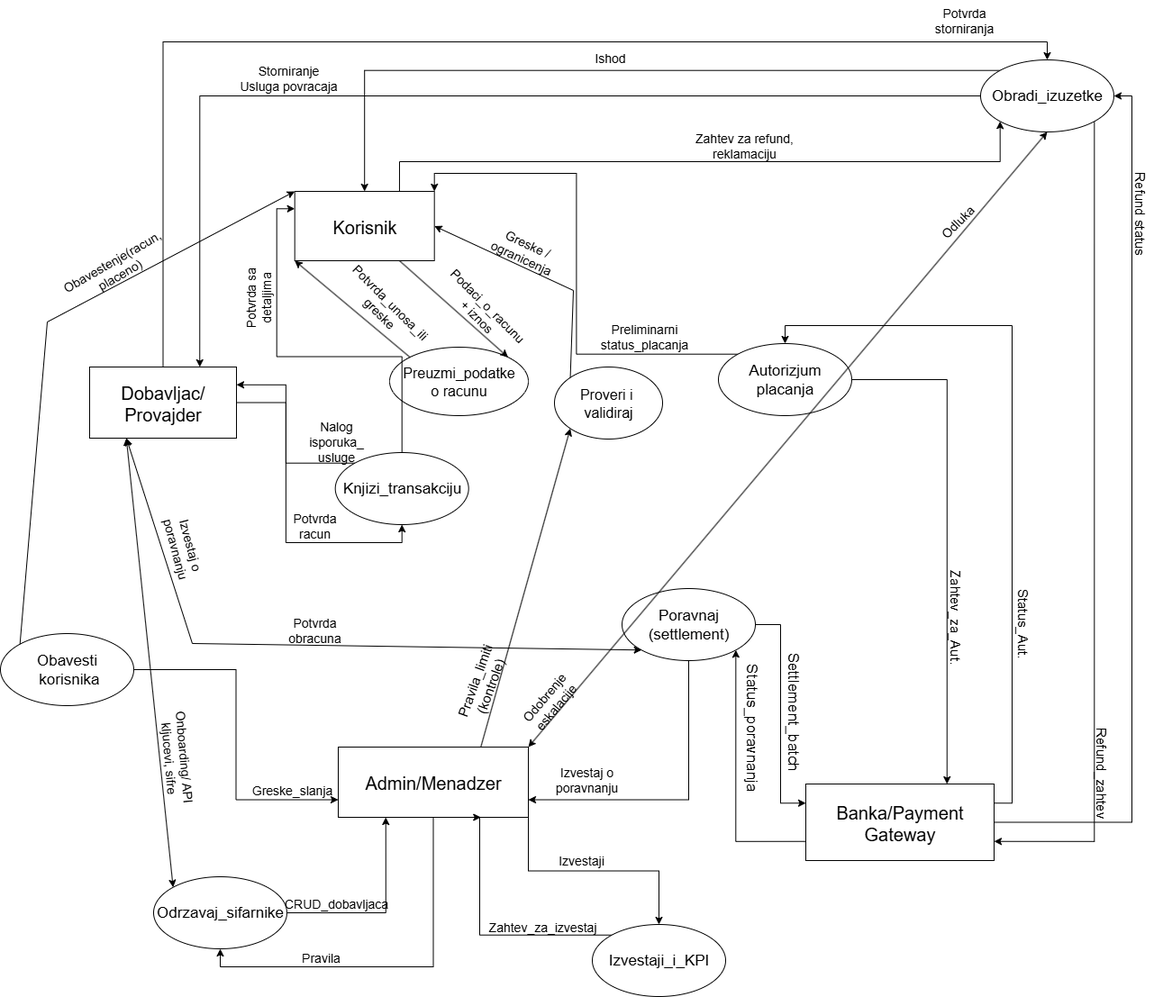
This is SSA 2. nivo.drawio.png from Boogie66/Transfera_PPP, a draw.io export, as it was before one commit. Source tidied: cells renumbered, new cells last; positions are measured from the earlier drawing's top-left corner, leaving out a move shared by most shapes.
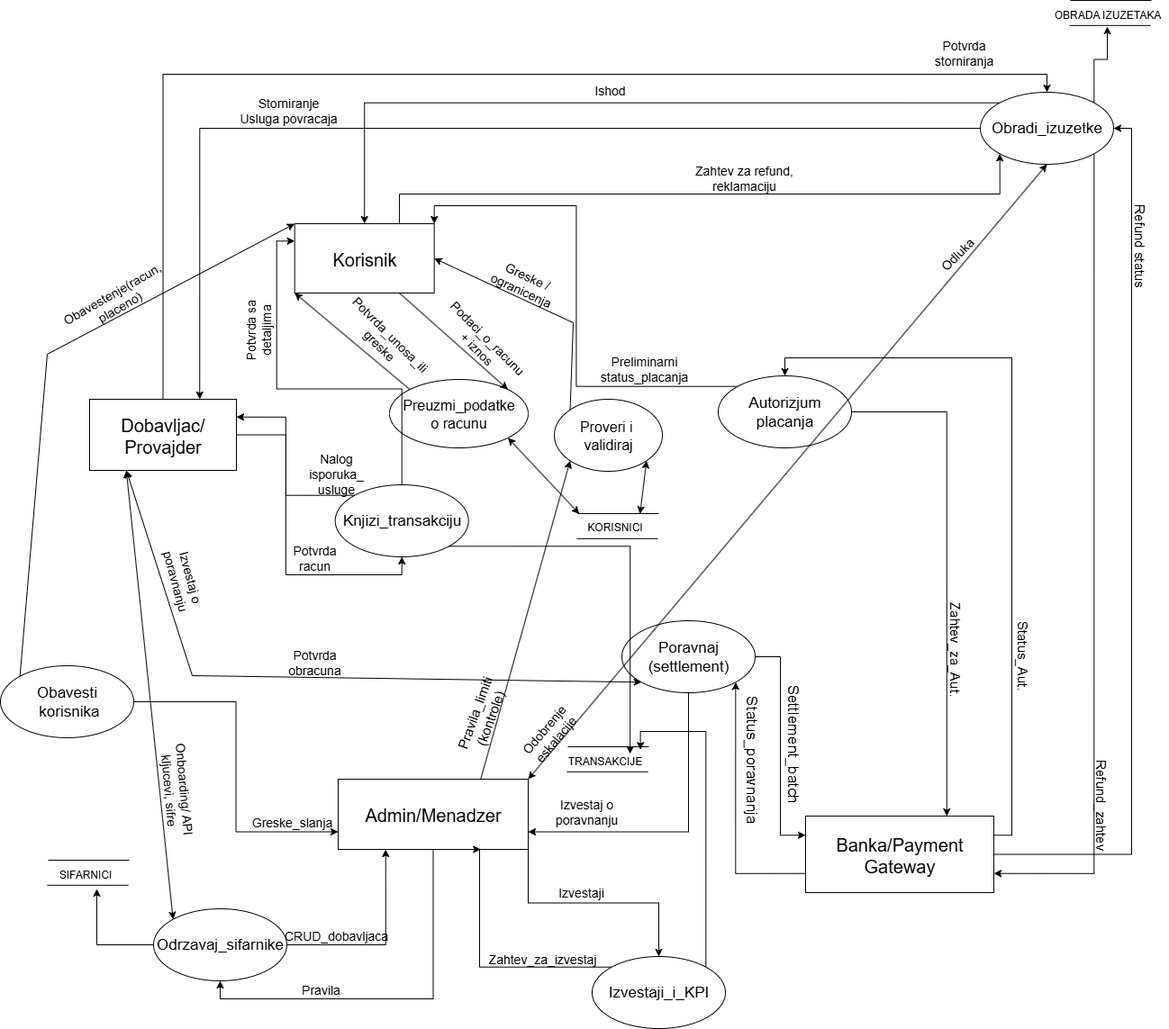
Later version of the same file.

Commit message:
Poboljsan SSA 2 nivo

Diff of the diagram source:
```diff
@@ -86,6 +86,9 @@
     <mxCell id="29" style="edgeStyle=orthogonalEdgeStyle;rounded=0;jettySize=auto;html=1;exitX=0;exitY=0;exitDx=0;exitDy=0;" parent="1" edge="1" source="30" target="3">
       <mxGeometry relative="1" as="geometry" />
     </mxCell>
+    <mxCell id="73" style="edgeStyle=orthogonalEdgeStyle;rounded=0;jettySize=auto;html=1;exitX=1;exitY=0;exitDx=0;exitDy=0;" parent="1" edge="1" source="30" target="94">
+      <mxGeometry relative="1" as="geometry" />
+    </mxCell>
     <mxCell id="30" value="&lt;font style=&quot;font-size: 17px;&quot;&gt;Obradi_izuzetke&lt;/font&gt;" style="ellipse;whiteSpace=wrap;html=1;" parent="1" vertex="1">
       <mxGeometry x="1088" y="66" width="148" height="80" as="geometry" />
     </mxCell>
@@ -232,5 +235,92 @@
     <mxCell id="72" value="&lt;span style=&quot;font-size: 14px;&quot;&gt;Izvestaji&lt;/span&gt;" style="text;html=1;align=center;verticalAlign=middle;whiteSpace=wrap;rounded=0;rotation=0;" parent="1" vertex="1">
       <mxGeometry x="590" y="937" width="110" height="36" as="geometry" />
     </mxCell>
+    <mxCell id="74" style="group;" parent="1" vertex="1">
+      <mxGeometry x="640" y="534" width="91" height="28" as="geometry" />
+    </mxCell>
+    <mxCell id="75" style="endArrow=none;html=1;rounded=0;" parent="74" edge="1">
+      <mxGeometry relative="1" as="geometry">
+        <mxPoint x="1" as="sourcePoint" />
+        <mxPoint x="91" as="targetPoint" />
+      </mxGeometry>
+    </mxCell>
+    <mxCell id="76" style="endArrow=none;html=1;rounded=0;" parent="74" edge="1">
+      <mxGeometry relative="1" as="geometry">
+        <mxPoint y="27.8" as="sourcePoint" />
+        <mxPoint x="90" y="27.8" as="targetPoint" />
+      </mxGeometry>
+    </mxCell>
+    <mxCell id="77" value="KORISNICI" style="text;html=1;align=center;verticalAlign=middle;points=[];strokeColor=none;fillColor=none;" parent="74" vertex="1">
+      <mxGeometry x="2" y="2" width="79" height="26" as="geometry" />
+    </mxCell>
+    <mxCell id="78" style="endArrow=classic;startArrow=classic;html=1;rounded=0;entryX=0.01;entryY=-0.063;entryDx=0;entryDy=0;entryPerimeter=0;exitX=1;exitY=1;exitDx=0;exitDy=0;" parent="1" edge="1" source="14" target="77">
+      <mxGeometry relative="1" as="geometry" />
+    </mxCell>
+    <mxCell id="79" style="endArrow=classic;startArrow=classic;html=1;rounded=0;exitX=0.863;exitY=-0.063;exitDx=0;exitDy=0;exitPerimeter=0;entryX=1;entryY=1;entryDx=0;entryDy=0;" parent="1" edge="1" source="77" target="15">
+      <mxGeometry relative="1" as="geometry" />
+    </mxCell>
+    <mxCell id="80" style="group;" parent="1" vertex="1">
+      <mxGeometry x="629" y="793" width="92" height="36" as="geometry" />
+    </mxCell>
+    <mxCell id="81" style="endArrow=none;html=1;rounded=0;" parent="80" edge="1">
+      <mxGeometry relative="1" as="geometry">
+        <mxPoint x="1" as="sourcePoint" />
+        <mxPoint x="91" as="targetPoint" />
+      </mxGeometry>
+    </mxCell>
+    <mxCell id="82" style="endArrow=none;html=1;rounded=0;" parent="80" edge="1">
+      <mxGeometry relative="1" as="geometry">
+        <mxPoint y="27.8" as="sourcePoint" />
+        <mxPoint x="90" y="27.8" as="targetPoint" />
+      </mxGeometry>
+    </mxCell>
+    <mxCell id="83" value="TRANSAKCIJE" style="text;html=1;align=center;verticalAlign=middle;points=[];strokeColor=none;fillColor=none;" parent="80" vertex="1">
+      <mxGeometry x="-9" y="3" width="101" height="26" as="geometry" />
+    </mxCell>
+    <mxCell id="84" style="edgeStyle=orthogonalEdgeStyle;rounded=0;jettySize=auto;html=1;exitX=1;exitY=1;exitDx=0;exitDy=0;entryX=0.784;entryY=0.185;entryDx=0;entryDy=0;entryPerimeter=0;" parent="1" edge="1" source="21" target="83">
+      <mxGeometry relative="1" as="geometry" />
+    </mxCell>
+    <mxCell id="85" style="edgeStyle=orthogonalEdgeStyle;rounded=0;jettySize=auto;html=1;exitX=1;exitY=0;exitDx=0;exitDy=0;entryX=0.897;entryY=0.008;entryDx=0;entryDy=0;entryPerimeter=0;" parent="1" edge="1" source="34" target="83">
+      <mxGeometry relative="1" as="geometry" />
+    </mxCell>
+    <mxCell id="86" style="group;" parent="1" vertex="1">
+      <mxGeometry x="52" y="919" width="92" height="36" as="geometry" />
+    </mxCell>
+    <mxCell id="87" style="endArrow=none;html=1;rounded=0;" parent="86" edge="1">
+      <mxGeometry relative="1" as="geometry">
+        <mxPoint x="1" as="sourcePoint" />
+        <mxPoint x="91" as="targetPoint" />
+      </mxGeometry>
+    </mxCell>
+    <mxCell id="88" style="endArrow=none;html=1;rounded=0;" parent="86" edge="1">
+      <mxGeometry relative="1" as="geometry">
+        <mxPoint y="27.8" as="sourcePoint" />
+        <mxPoint x="90" y="27.8" as="targetPoint" />
+      </mxGeometry>
+    </mxCell>
+    <mxCell id="89" value="SIFARNICI" style="text;html=1;align=center;verticalAlign=middle;points=[];strokeColor=none;fillColor=none;" parent="86" vertex="1">
+      <mxGeometry x="3" y="3" width="77" height="26" as="geometry" />
+    </mxCell>
+    <mxCell id="90" style="edgeStyle=orthogonalEdgeStyle;rounded=0;jettySize=auto;html=1;exitX=0;exitY=0.5;exitDx=0;exitDy=0;entryX=0.675;entryY=1.114;entryDx=0;entryDy=0;entryPerimeter=0;" parent="1" edge="1" source="32" target="89">
+      <mxGeometry relative="1" as="geometry" />
+    </mxCell>
+    <mxCell id="91" style="group;" parent="1" vertex="1">
+      <mxGeometry x="1187" y="-36" width="110" height="36" as="geometry" />
+    </mxCell>
+    <mxCell id="92" style="endArrow=none;html=1;rounded=0;" parent="91" edge="1">
+      <mxGeometry relative="1" as="geometry">
+        <mxPoint x="1" as="sourcePoint" />
+        <mxPoint x="91" as="targetPoint" />
+      </mxGeometry>
+    </mxCell>
+    <mxCell id="93" style="endArrow=none;html=1;rounded=0;" parent="91" edge="1">
+      <mxGeometry relative="1" as="geometry">
+        <mxPoint y="27.8" as="sourcePoint" />
+        <mxPoint x="90" y="27.8" as="targetPoint" />
+      </mxGeometry>
+    </mxCell>
+    <mxCell id="94" value="OBRADA IZUZETAKA" style="text;html=1;align=center;verticalAlign=middle;points=[];strokeColor=none;fillColor=none;" parent="91" vertex="1">
+      <mxGeometry x="-26" y="3" width="136" height="26" as="geometry" />
+    </mxCell>
   </root>
 </mxGraphModel>
```
